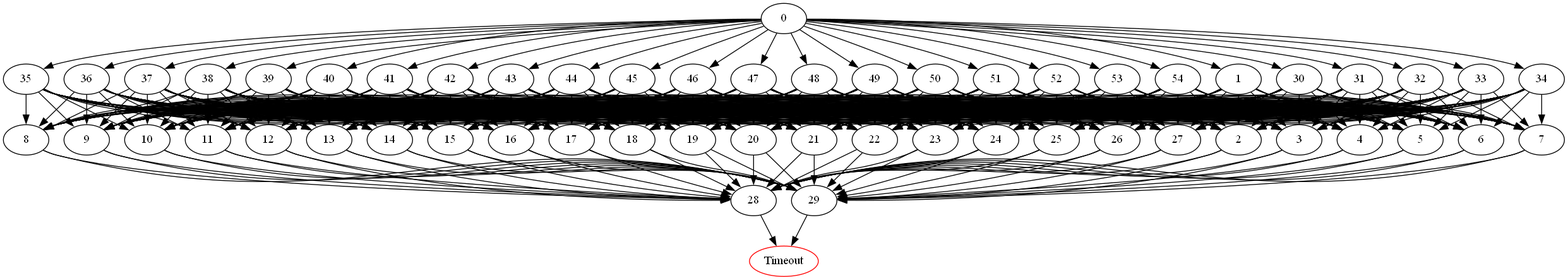
Asikl/MazeMapper keeps this Graphviz diagram as DomainPicture/aliding.comdirected_graph.png. Above is the earlier version. Its source is kept beside it as DomainPicture/aliding.comdirected_graph.dot. The source it was exported from:
```dot
digraph G {
	0 -> 1;
	0 -> 30;
	0 -> 31;
	0 -> 32;
	0 -> 33;
	0 -> 34;
	0 -> 35;
	0 -> 36;
	0 -> 37;
	0 -> 38;
	0 -> 39;
	0 -> 40;
	0 -> 41;
	0 -> 42;
	0 -> 43;
	0 -> 44;
	0 -> 45;
	0 -> 46;
	0 -> 47;
	0 -> 48;
	0 -> 49;
	0 -> 50;
	0 -> 51;
	0 -> 52;
	0 -> 53;
	0 -> 54;
	1 -> 2;
	1 -> 3;
	1 -> 4;
	1 -> 5;
	1 -> 6;
	1 -> 7;
	1 -> 8;
	1 -> 9;
	1 -> 10;
	1 -> 11;
	1 -> 12;
	1 -> 13;
	1 -> 14;
	1 -> 15;
	1 -> 16;
	1 -> 17;
	1 -> 18;
	1 -> 19;
	1 -> 20;
	1 -> 21;
	1 -> 22;
	1 -> 23;
	1 -> 24;
	1 -> 25;
	1 -> 26;
	1 -> 27;
	2 -> 28;
	2 -> 29;
	3 -> 28;
	3 -> 29;
	4 -> 28;
	4 -> 29;
	5 -> 28;
	5 -> 29;
	6 -> 28;
	6 -> 29;
	7 -> 28;
	7 -> 29;
	8 -> 28;
	8 -> 29;
	9 -> 28;
	9 -> 29;
	10 -> 28;
	10 -> 29;
	11 -> 28;
	11 -> 29;
	12 -> 28;
	12 -> 29;
	13 -> 28;
	13 -> 29;
	14 -> 28;
	14 -> 29;
	15 -> 28;
	15 -> 29;
	16 -> 28;
	16 -> 29;
	17 -> 28;
	17 -> 29;
	18 -> 28;
	18 -> 29;
	19 -> 28;
	19 -> 29;
	20 -> 28;
	20 -> 29;
	21 -> 28;
	21 -> 29;
	22 -> 28;
	22 -> 29;
	23 -> 28;
	23 -> 29;
	24 -> 28;
	24 -> 29;
	25 -> 28;
	25 -> 29;
	26 -> 28;
	26 -> 29;
	27 -> 28;
	27 -> 29;
	28 -> "Timeout";
Timeout [color=red];
	29 -> "Timeout";
Timeout [color=red];
	30 -> 2;
	30 -> 3;
	30 -> 4;
	30 -> 5;
	30 -> 6;
	30 -> 7;
	30 -> 8;
	30 -> 9;
	30 -> 10;
	30 -> 11;
	30 -> 12;
	30 -> 13;
	30 -> 14;
	30 -> 15;
	30 -> 16;
	30 -> 17;
	30 -> 18;
	30 -> 19;
	30 -> 20;
	30 -> 21;
	30 -> 22;
	30 -> 23;
	30 -> 24;
	30 -> 25;
	30 -> 26;
	30 -> 27;
	31 -> 2;
	31 -> 3;
	31 -> 4;
	31 -> 5;
	31 -> 6;
	31 -> 7;
	31 -> 8;
	31 -> 9;
	31 -> 10;
	31 -> 11;
	31 -> 12;
	31 -> 13;
	31 -> 14;
	31 -> 15;
	31 -> 16;
	31 -> 17;
	31 -> 18;
	31 -> 19;
	31 -> 20;
	31 -> 21;
	31 -> 22;
	31 -> 23;
	31 -> 24;
	31 -> 25;
	31 -> 26;
	31 -> 27;
	32 -> 2;
	32 -> 3;
	32 -> 4;
	32 -> 5;
	32 -> 6;
	32 -> 7;
	32 -> 8;
	32 -> 9;
	32 -> 10;
	32 -> 11;
	32 -> 12;
	32 -> 13;
	32 -> 14;
	32 -> 15;
	32 -> 16;
	32 -> 17;
	32 -> 18;
	32 -> 19;
	32 -> 20;
	32 -> 21;
	32 -> 22;
	32 -> 23;
	32 -> 24;
	32 -> 25;
	32 -> 26;
	32 -> 27;
	33 -> 2;
	33 -> 3;
	33 -> 4;
	33 -> 5;
	33 -> 6;
	33 -> 7;
	33 -> 8;
	33 -> 9;
	33 -> 10;
	33 -> 11;
	33 -> 12;
	33 -> 13;
	33 -> 14;
	33 -> 15;
	33 -> 16;
	33 -> 17;
	33 -> 18;
	33 -> 19;
	33 -> 20;
	33 -> 21;
	33 -> 22;
	33 -> 23;
	33 -> 24;
	33 -> 25;
	33 -> 26;
	33 -> 27;
	34 -> 2;
	34 -> 3;
	34 -> 4;
	34 -> 5;
	34 -> 6;
	34 -> 7;
	34 -> 8;
	34 -> 9;
	34 -> 10;
	34 -> 11;
	34 -> 12;
	34 -> 13;
	34 -> 14;
	34 -> 15;
	34 -> 16;
	34 -> 17;
	34 -> 18;
	34 -> 19;
	34 -> 20;
	34 -> 21;
	34 -> 22;
	34 -> 23;
	34 -> 24;
	34 -> 25;
	34 -> 26;
	34 -> 27;
	35 -> 2;
	35 -> 3;
	35 -> 4;
	35 -> 5;
	35 -> 6;
	35 -> 7;
	35 -> 8;
	35 -> 9;
	35 -> 10;
	35 -> 11;
	35 -> 12;
	35 -> 13;
	35 -> 14;
	35 -> 15;
	35 -> 16;
	35 -> 17;
	35 -> 18;
	35 -> 19;
	35 -> 20;
	35 -> 21;
	35 -> 22;
	35 -> 23;
	35 -> 24;
	35 -> 25;
	35 -> 26;
	35 -> 27;
	36 -> 2;
	36 -> 3;
	36 -> 4;
	36 -> 5;
	36 -> 6;
	36 -> 7;
	36 -> 8;
	36 -> 9;
	36 -> 10;
	36 -> 11;
	36 -> 12;
	36 -> 13;
	36 -> 14;
	36 -> 15;
	36 -> 16;
	36 -> 17;
	36 -> 18;
	36 -> 19;
	36 -> 20;
	36 -> 21;
	36 -> 22;
	36 -> 23;
	36 -> 24;
	36 -> 25;
	36 -> 26;
	36 -> 27;
	37 -> 2;
	37 -> 3;
	37 -> 4;
	37 -> 5;
	37 -> 6;
	37 -> 7;
	37 -> 8;
	37 -> 9;
	37 -> 10;
	37 -> 11;
	37 -> 12;
	37 -> 13;
	37 -> 14;
	37 -> 15;
	37 -> 16;
	37 -> 17;
	37 -> 18;
	37 -> 19;
	37 -> 20;
	37 -> 21;
	37 -> 22;
	37 -> 23;
	37 -> 24;
	37 -> 25;
	37 -> 26;
	37 -> 27;
	38 -> 2;
	38 -> 3;
	38 -> 4;
	38 -> 5;
	38 -> 6;
	38 -> 7;
	38 -> 8;
	38 -> 9;
	38 -> 10;
	38 -> 11;
	38 -> 12;
	38 -> 13;
	38 -> 14;
	38 -> 15;
	38 -> 16;
	38 -> 17;
	38 -> 18;
	38 -> 19;
	38 -> 20;
	38 -> 21;
	38 -> 22;
	38 -> 23;
	38 -> 24;
	38 -> 25;
	38 -> 26;
	38 -> 27;
	39 -> 2;
	39 -> 3;
	39 -> 4;
	39 -> 5;
	39 -> 6;
	39 -> 7;
	39 -> 8;
	39 -> 9;
	39 -> 10;
	39 -> 11;
	39 -> 12;
	39 -> 13;
	39 -> 14;
	39 -> 15;
	39 -> 16;
	39 -> 17;
	39 -> 18;
	39 -> 19;
	39 -> 20;
	39 -> 21;
	39 -> 22;
	39 -> 23;
	39 -> 24;
	39 -> 25;
	39 -> 26;
	39 -> 27;
	40 -> 2;
	40 -> 3;
	40 -> 4;
	40 -> 5;
	40 -> 6;
	40 -> 7;
	40 -> 8;
	40 -> 9;
	40 -> 10;
	40 -> 11;
	40 -> 12;
	40 -> 13;
	40 -> 14;
	40 -> 15;
	40 -> 16;
	40 -> 17;
	40 -> 18;
	40 -> 19;
	40 -> 20;
	40 -> 21;
	40 -> 22;
	40 -> 23;
	40 -> 24;
	40 -> 25;
	40 -> 26;
	40 -> 27;
	41 -> 2;
	41 -> 3;
	41 -> 4;
	41 -> 5;
	41 -> 6;
	41 -> 7;
	41 -> 8;
	41 -> 9;
	41 -> 10;
	41 -> 11;
	41 -> 12;
	41 -> 13;
	41 -> 14;
	41 -> 15;
	41 -> 16;
	41 -> 17;
	41 -> 18;
	41 -> 19;
	41 -> 20;
	41 -> 21;
	41 -> 22;
	41 -> 23;
	41 -> 24;
	41 -> 25;
	41 -> 26;
	41 -> 27;
	42 -> 2;
	42 -> 3;
	42 -> 4;
	42 -> 5;
	42 -> 6;
	42 -> 7;
	42 -> 8;
	42 -> 9;
	42 -> 10;
	42 -> 11;
	42 -> 12;
	42 -> 13;
	42 -> 14;
	42 -> 15;
	42 -> 16;
	42 -> 17;
	42 -> 18;
	42 -> 19;
	42 -> 20;
	42 -> 21;
	42 -> 22;
	42 -> 23;
	42 -> 24;
	42 -> 25;
	42 -> 26;
	42 -> 27;
	43 -> 2;
	43 -> 3;
	43 -> 4;
	43 -> 5;
	43 -> 6;
	43 -> 7;
	43 -> 8;
	43 -> 9;
	43 -> 10;
	43 -> 11;
	43 -> 12;
	43 -> 13;
	43 -> 14;
	43 -> 15;
	43 -> 16;
	43 -> 17;
	43 -> 18;
	43 -> 19;
	43 -> 20;
	43 -> 21;
	43 -> 22;
	43 -> 23;
	43 -> 24;
	43 -> 25;
	43 -> 26;
	43 -> 27;
	44 -> 2;
	44 -> 3;
	44 -> 4;
	44 -> 5;
	44 -> 6;
	44 -> 7;
	44 -> 8;
	44 -> 9;
	44 -> 10;
	44 -> 11;
	44 -> 12;
	44 -> 13;
	44 -> 14;
	44 -> 15;
	44 -> 16;
	44 -> 17;
	44 -> 18;
	44 -> 19;
	44 -> 20;
	44 -> 21;
	44 -> 22;
	44 -> 23;
	44 -> 24;
	44 -> 25;
	44 -> 26;
	44 -> 27;
	45 -> 2;
	45 -> 3;
	45 -> 4;
	45 -> 5;
	45 -> 6;
	45 -> 7;
	45 -> 8;
	45 -> 9;
	45 -> 10;
	45 -> 11;
	45 -> 12;
	45 -> 13;
	45 -> 14;
	45 -> 15;
	45 -> 16;
	45 -> 17;
	45 -> 18;
	45 -> 19;
	45 -> 20;
	45 -> 21;
	45 -> 22;
	45 -> 23;
	45 -> 24;
	45 -> 25;
	45 -> 26;
	45 -> 27;
	46 -> 2;
	46 -> 3;
	46 -> 4;
	46 -> 5;
	46 -> 6;
	46 -> 7;
	46 -> 8;
	46 -> 9;
	46 -> 10;
	46 -> 11;
	46 -> 12;
	46 -> 13;
	46 -> 14;
	46 -> 15;
	46 -> 16;
	46 -> 17;
	46 -> 18;
	46 -> 19;
	46 -> 20;
	46 -> 21;
	46 -> 22;
	46 -> 23;
	46 -> 24;
	46 -> 25;
	46 -> 26;
	46 -> 27;
	47 -> 2;
	47 -> 3;
	47 -> 4;
	47 -> 5;
	47 -> 6;
	47 -> 7;
	47 -> 8;
	47 -> 9;
	47 -> 10;
	47 -> 11;
	47 -> 12;
	47 -> 13;
	47 -> 14;
	47 -> 15;
	47 -> 16;
	47 -> 17;
	47 -> 18;
	47 -> 19;
	47 -> 20;
	47 -> 21;
	47 -> 22;
	47 -> 23;
	47 -> 24;
	47 -> 25;
	47 -> 26;
	47 -> 27;
	48 -> 2;
	48 -> 3;
	48 -> 4;
	48 -> 5;
	48 -> 6;
	48 -> 7;
	48 -> 8;
	48 -> 9;
	48 -> 10;
	48 -> 11;
	48 -> 12;
	48 -> 13;
	48 -> 14;
	48 -> 15;
	48 -> 16;
	48 -> 17;
	48 -> 18;
	48 -> 19;
	48 -> 20;
	48 -> 21;
	48 -> 22;
	48 -> 23;
	48 -> 24;
	48 -> 25;
	48 -> 26;
	48 -> 27;
	49 -> 2;
	49 -> 3;
	49 -> 4;
	49 -> 5;
	49 -> 6;
	49 -> 7;
	49 -> 8;
	49 -> 9;
	49 -> 10;
	49 -> 11;
	49 -> 12;
	49 -> 13;
	49 -> 14;
	49 -> 15;
	49 -> 16;
	49 -> 17;
	49 -> 18;
	49 -> 19;
	49 -> 20;
	49 -> 21;
	49 -> 22;
	49 -> 23;
	49 -> 24;
	49 -> 25;
	49 -> 26;
	49 -> 27;
	50 -> 2;
	50 -> 3;
	50 -> 4;
	50 -> 5;
	50 -> 6;
	50 -> 7;
	50 -> 8;
	50 -> 9;
	50 -> 10;
	50 -> 11;
	50 -> 12;
	50 -> 13;
	50 -> 14;
	50 -> 15;
	50 -> 16;
	50 -> 17;
	50 -> 18;
	50 -> 19;
	50 -> 20;
	50 -> 21;
	50 -> 22;
	50 -> 23;
	50 -> 24;
	50 -> 25;
	50 -> 26;
	50 -> 27;
	51 -> 2;
	51 -> 3;
	51 -> 4;
	51 -> 5;
	51 -> 6;
	51 -> 7;
	51 -> 8;
	51 -> 9;
	51 -> 10;
	51 -> 11;
	51 -> 12;
	51 -> 13;
	51 -> 14;
	51 -> 15;
	51 -> 16;
	51 -> 17;
	51 -> 18;
	51 -> 19;
	51 -> 20;
	51 -> 21;
	51 -> 22;
	51 -> 23;
	51 -> 24;
	51 -> 25;
	51 -> 26;
	51 -> 27;
	52 -> 2;
	52 -> 3;
	52 -> 4;
	52 -> 5;
	52 -> 6;
	52 -> 7;
	52 -> 8;
	52 -> 9;
	52 -> 10;
	52 -> 11;
	52 -> 12;
	52 -> 13;
	52 -> 14;
	52 -> 15;
	52 -> 16;
	52 -> 17;
	52 -> 18;
	52 -> 19;
	52 -> 20;
	52 -> 21;
	52 -> 22;
	52 -> 23;
	52 -> 24;
	52 -> 25;
	52 -> 26;
	52 -> 27;
	53 -> 2;
	53 -> 3;
	53 -> 4;
	53 -> 5;
	53 -> 6;
	53 -> 7;
	53 -> 8;
	53 -> 9;
	53 -> 10;
	53 -> 11;
	53 -> 12;
	53 -> 13;
	53 -> 14;
	53 -> 15;
	53 -> 16;
	53 -> 17;
	53 -> 18;
	53 -> 19;
	53 -> 20;
	53 -> 21;
	53 -> 22;
	53 -> 23;
	53 -> 24;
	53 -> 25;
	53 -> 26;
	53 -> 27;
	54 -> 2;
	54 -> 3;
	54 -> 4;
	54 -> 5;
	54 -> 6;
	54 -> 7;
	54 -> 8;
	54 -> 9;
	54 -> 10;
	54 -> 11;
	54 -> 12;
	54 -> 13;
	54 -> 14;
	54 -> 15;
	54 -> 16;
	54 -> 17;
	54 -> 18;
	54 -> 19;
	54 -> 20;
	54 -> 21;
	54 -> 22;
	54 -> 23;
	54 -> 24;
	54 -> 25;
	54 -> 26;
	54 -> 27;
}
```
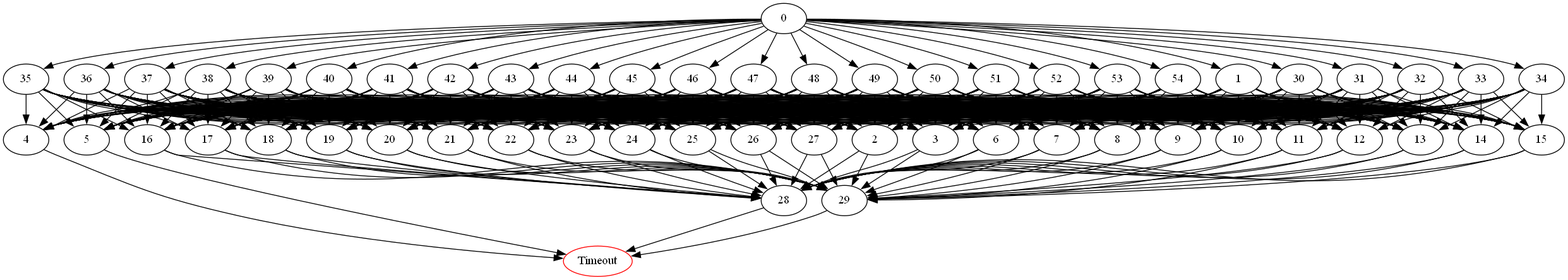
After the change.

Change to the diagram source:
```diff
@@ -55,10 +55,10 @@
 	2 -> 29;
 	3 -> 28;
 	3 -> 29;
-	4 -> 28;
-	4 -> 29;
-	5 -> 28;
-	5 -> 29;
+	4 -> "Timeout";
+Timeout [color=red];
+	5 -> "Timeout";
+Timeout [color=red];
 	6 -> 28;
 	6 -> 29;
 	7 -> 28;
```
